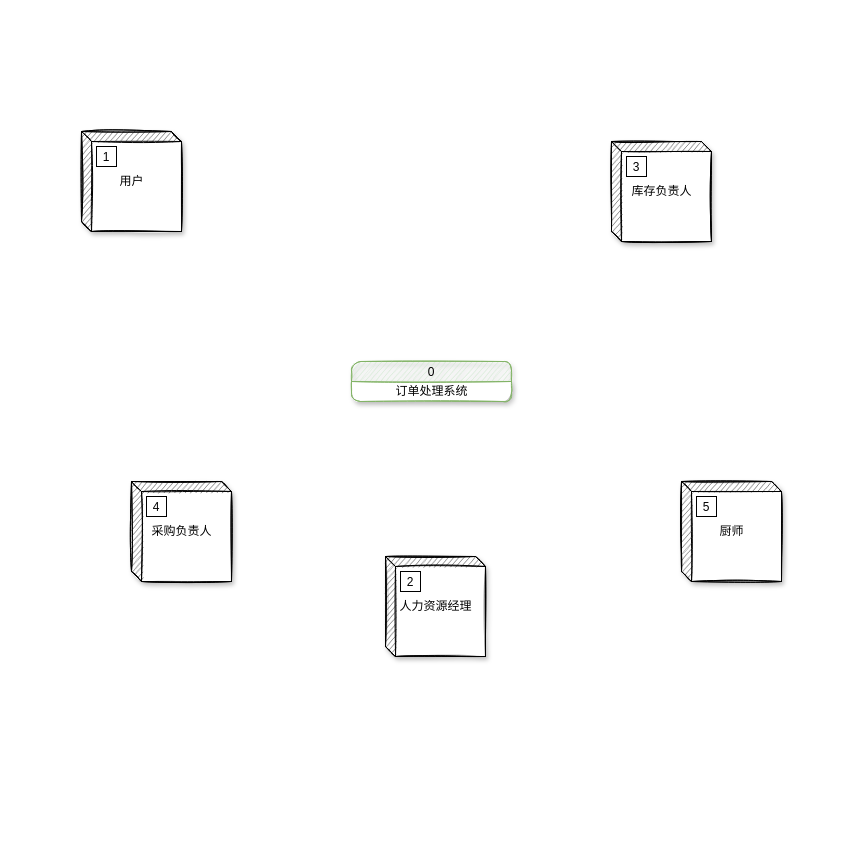
Above: DFD/DFD_0.drawio in YuanchenZhu2020/DrawIO (draw.io), before the change. Source tidied: cells renumbered, new cells numbered last; positions are measured from the earlier drawing's top-left corner, leaving out a move shared by most shapes. Both pictures are drawn from the tidied source at 100%, with x=0, y=0 at pixel (81, 131).
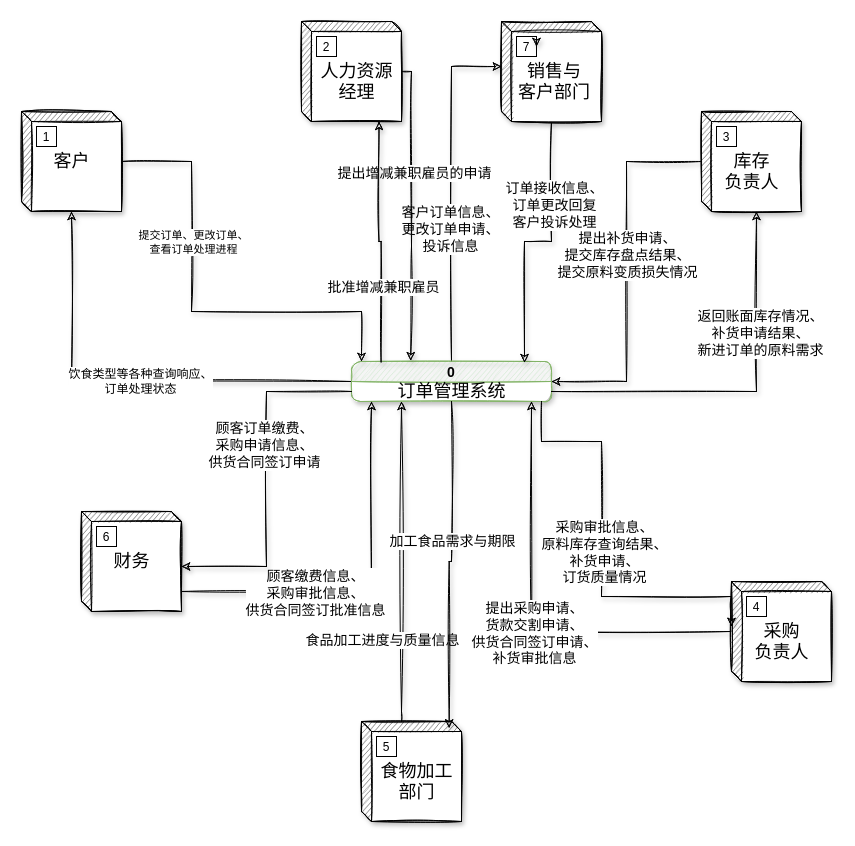
The same diagram, later.

Diff of the diagram source:
```diff
@@
+    <mxCell id="14" style="edgeStyle=orthogonalEdgeStyle;rounded=0;jettySize=auto;html=1;shadow=1;sketch=1;" parent="1" edge="1" source="2" target="12">
+      <mxGeometry relative="1" as="geometry">
+        <Array as="points">
+          <mxPoint x="110" y="30" />
+          <mxPoint x="110" y="180" />
+          <mxPoint x="280" y="180" />
+        </Array>
+      </mxGeometry>
+    </mxCell>
+    <mxCell id="15" value="提交订单、更改订单、&lt;br&gt;查看订单处理进程" style="edgeLabel;html=1;align=center;verticalAlign=middle;" parent="14" vertex="1">
+      <mxGeometry x="-0.32" y="1" relative="1" as="geometry" />
+    </mxCell>
-    <mxCell id="2" value="用户" style="html=1;dashed=0;whitespace=wrap;shape=mxgraph.dfd.externalEntity;sketch=1;shadow=1;" parent="1" vertex="1">
-      <mxGeometry width="100" height="100" as="geometry" />
+    <mxCell id="2" value="&lt;p&gt;&lt;span style=&quot;font-size: 18px ; font-family: &amp;#34;comic sans ms&amp;#34;&quot;&gt;客户&lt;/span&gt;&lt;br&gt;&lt;/p&gt;" style="html=1;dashed=0;whitespace=wrap;shape=mxgraph.dfd.externalEntity;sketch=1;shadow=1;" parent="1" vertex="1">
+      <mxGeometry x="-60" y="-20" width="100" height="100" as="geometry" />
     </mxCell>
@@
-    <mxCell id="4" value="人力资源经理" style="html=1;dashed=0;whitespace=wrap;shape=mxgraph.dfd.externalEntity;sketch=1;shadow=1;" parent="1" vertex="1">
-      <mxGeometry x="304" y="425" width="100" height="100" as="geometry" />
-    </mxCell>
-    <mxCell id="5" value="2" style="strokeColor=inherit;fillColor=inherit;gradientColor=inherit;" parent="4" vertex="1">
-      <mxGeometry width="20" height="20" relative="1" as="geometry">
-        <mxPoint x="15" y="15" as="offset" />
-      </mxGeometry>
-    </mxCell>
+    <mxCell id="16" style="edgeStyle=orthogonalEdgeStyle;rounded=0;sketch=1;jettySize=auto;html=1;entryX=1;entryY=0.5;entryDx=0;entryDy=0;shadow=1;fontSize=14;" parent="1" edge="1" source="6" target="12">
+      <mxGeometry relative="1" as="geometry" />
+    </mxCell>
+    <mxCell id="17" value="提出补货申请、&lt;br&gt;提交库存盘点结果、&lt;br&gt;提交原料变质损失情况" style="edgeLabel;html=1;align=center;verticalAlign=middle;fontSize=14;" parent="16" vertex="1">
+      <mxGeometry x="-0.09" relative="1" as="geometry" />
+    </mxCell>
-    <mxCell id="6" value="库存负责人" style="html=1;dashed=0;whitespace=wrap;shape=mxgraph.dfd.externalEntity;sketch=1;shadow=1;" parent="1" vertex="1">
-      <mxGeometry x="530" y="10" width="100" height="100" as="geometry" />
+    <mxCell id="6" value="&lt;font style=&quot;font-size: 18px&quot;&gt;&lt;br&gt;库存&lt;br&gt;负责人&lt;/font&gt;" style="html=1;dashed=0;whitespace=wrap;shape=mxgraph.dfd.externalEntity;sketch=1;shadow=1;" parent="1" vertex="1">
+      <mxGeometry x="620" y="-20" width="100" height="100" as="geometry" />
     </mxCell>
@@
+    <mxCell id="18" style="edgeStyle=orthogonalEdgeStyle;rounded=0;sketch=1;jettySize=auto;html=1;shadow=1;fontSize=14;" parent="1" edge="1" source="8" target="13">
+      <mxGeometry relative="1" as="geometry">
+        <Array as="points">
+          <mxPoint x="450" y="500" />
+        </Array>
+      </mxGeometry>
+    </mxCell>
+    <mxCell id="19" value="提出采购申请、&lt;br&gt;货款交割申请、&lt;br&gt;供货合同签订申请、&lt;br&gt;补货审批信息" style="edgeLabel;html=1;align=center;verticalAlign=middle;fontSize=14;" parent="18" vertex="1">
+      <mxGeometry x="-0.08" y="1" relative="1" as="geometry" />
+    </mxCell>
-    <mxCell id="8" value="采购负责人" style="html=1;dashed=0;whitespace=wrap;shape=mxgraph.dfd.externalEntity;sketch=1;shadow=1;" parent="1" vertex="1">
-      <mxGeometry x="50" y="350" width="100" height="100" as="geometry" />
+    <mxCell id="8" value="&lt;font style=&quot;font-size: 18px&quot;&gt;&lt;br&gt;采购&lt;br&gt;负责人&lt;/font&gt;" style="html=1;dashed=0;whitespace=wrap;shape=mxgraph.dfd.externalEntity;sketch=1;shadow=1;" parent="1" vertex="1">
+      <mxGeometry x="650" y="450" width="100" height="100" as="geometry" />
     </mxCell>
@@
+    <mxCell id="20" style="edgeStyle=orthogonalEdgeStyle;rounded=0;sketch=1;jettySize=auto;html=1;entryX=0.25;entryY=1;entryDx=0;entryDy=0;shadow=1;fontSize=14;" parent="1" edge="1" source="10" target="12">
+      <mxGeometry relative="1" as="geometry">
+        <Array as="points">
+          <mxPoint x="320" y="580" />
+          <mxPoint x="320" y="580" />
+        </Array>
+      </mxGeometry>
+    </mxCell>
+    <mxCell id="21" value="食品加工进度与质量信息" style="edgeLabel;html=1;align=center;verticalAlign=middle;fontSize=14;" parent="20" vertex="1">
+      <mxGeometry x="0.26" y="4" relative="1" as="geometry">
+        <mxPoint x="-16" y="120.8" as="offset" />
+      </mxGeometry>
+    </mxCell>
-    <mxCell id="10" value="厨师" style="html=1;dashed=0;whitespace=wrap;shape=mxgraph.dfd.externalEntity;sketch=1;shadow=1;" parent="1" vertex="1">
-      <mxGeometry x="600" y="350" width="100" height="100" as="geometry" />
+    <mxCell id="10" value="&lt;font style=&quot;font-size: 18px&quot;&gt;&lt;br&gt;&amp;nbsp; 食物加工&lt;br&gt;&amp;nbsp; 部门&lt;/font&gt;" style="html=1;dashed=0;whitespace=wrap;shape=mxgraph.dfd.externalEntity;sketch=1;shadow=1;" parent="1" vertex="1">
+      <mxGeometry x="280" y="590" width="100" height="100" as="geometry" />
     </mxCell>
@@
+    <mxCell id="22" style="edgeStyle=orthogonalEdgeStyle;rounded=0;sketch=1;jettySize=auto;html=1;shadow=1;fontSize=12;" parent="1" edge="1" source="12" target="2">
+      <mxGeometry relative="1" as="geometry" />
+    </mxCell>
+    <mxCell id="23" value="饮食类型等各种查询响应、&lt;br&gt;订单处理状态" style="edgeLabel;html=1;align=center;verticalAlign=middle;fontSize=12;" parent="22" vertex="1">
+      <mxGeometry x="-0.06" y="-1" relative="1" as="geometry" />
+    </mxCell>
+    <mxCell id="24" style="edgeStyle=orthogonalEdgeStyle;rounded=0;sketch=1;jettySize=auto;html=1;entryX=0;entryY=0;entryDx=0;entryDy=45;entryPerimeter=0;shadow=1;fontSize=14;" parent="1" edge="1" source="12" target="45">
+      <mxGeometry relative="1" as="geometry" />
+    </mxCell>
+    <mxCell id="25" value="客户订单信息、&lt;br&gt;更改订单申请、&lt;br&gt;投诉信息" style="edgeLabel;html=1;align=center;verticalAlign=middle;fontSize=14;" parent="24" vertex="1">
+      <mxGeometry x="-0.23" y="2" relative="1" as="geometry" />
+    </mxCell>
-    <mxCell id="12" value="0" style="swimlane;fontStyle=0;horizontal=1;startSize=20;fillColor=#d5e8d4;swimlaneFillColor=#ffffff;strokeColor=#82b366;rounded=1;shadow=1;glass=0;sketch=1;" parent="1" vertex="1">
-      <mxGeometry x="270" y="230" width="160" height="40" as="geometry" />
+    <mxCell id="12" value="0" style="swimlane;fontStyle=1;horizontal=1;startSize=20;fillColor=#d5e8d4;swimlaneFillColor=#ffffff;strokeColor=#82b366;rounded=1;shadow=1;glass=0;sketch=1;fontSize=14;" parent="1" vertex="1">
+      <mxGeometry x="270" y="230" width="200" height="40" as="geometry" />
     </mxCell>
-    <mxCell id="13" value="订单处理系统" style="text;html=1;align=center;verticalAlign=middle;points=[];fillColor=none;strokeColor=none;rounded=0;" parent="12" vertex="1">
-      <mxGeometry y="20" width="160" height="20" as="geometry" />
+    <mxCell id="13" value="&lt;font style=&quot;font-size: 18px&quot;&gt;订单管理系统&lt;/font&gt;" style="text;html=1;align=center;verticalAlign=middle;points=[];fillColor=none;strokeColor=none;rounded=0;" parent="12" vertex="1">
+      <mxGeometry y="20" width="200" height="20" as="geometry" />
     </mxCell>
+    <mxCell id="26" style="edgeStyle=orthogonalEdgeStyle;rounded=0;sketch=1;jettySize=auto;html=1;entryX=0;entryY=0;entryDx=55;entryDy=100;entryPerimeter=0;shadow=1;fontSize=14;" parent="1" edge="1" source="13" target="6">
+      <mxGeometry relative="1" as="geometry" />
+    </mxCell>
+    <mxCell id="27" value="返回账面库存情况、&lt;br&gt;补货申请结果、&lt;br&gt;新进订单的原料需求" style="edgeLabel;html=1;align=center;verticalAlign=middle;fontSize=14;" parent="26" vertex="1">
+      <mxGeometry x="0.37" y="-3" relative="1" as="geometry" />
+    </mxCell>
+    <mxCell id="28" style="edgeStyle=orthogonalEdgeStyle;rounded=0;sketch=1;jettySize=auto;html=1;shadow=1;fontSize=14;entryX=0;entryY=0;entryDx=0;entryDy=45;entryPerimeter=0;" parent="1" edge="1" source="13" target="8">
+      <mxGeometry relative="1" as="geometry">
+        <Array as="points">
+          <mxPoint x="460" y="310" />
+          <mxPoint x="520" y="310" />
+          <mxPoint x="520" y="465" />
+          <mxPoint x="650" y="465" />
+        </Array>
+      </mxGeometry>
+    </mxCell>
+    <mxCell id="29" value="采购审批信息、&lt;br&gt;原料库存查询结果、&lt;br&gt;补货申请、&lt;br&gt;订货质量情况" style="edgeLabel;html=1;align=center;verticalAlign=middle;fontSize=14;" parent="28" vertex="1">
+      <mxGeometry x="0.01" y="2" relative="1" as="geometry" />
+    </mxCell>
+    <mxCell id="30" style="edgeStyle=orthogonalEdgeStyle;rounded=0;sketch=1;jettySize=auto;html=1;shadow=1;fontSize=14;" parent="1" edge="1" source="32" target="13">
+      <mxGeometry relative="1" as="geometry">
+        <Array as="points">
+          <mxPoint x="290" y="460" />
+        </Array>
+      </mxGeometry>
+    </mxCell>
+    <mxCell id="31" value="顾客缴费信息、&lt;br&gt;采购审批信息、&lt;br&gt;供货合同签订批准信息" style="edgeLabel;html=1;align=center;verticalAlign=middle;fontSize=14;" parent="30" vertex="1">
+      <mxGeometry x="-0.3" y="-1" relative="1" as="geometry" />
+    </mxCell>
+    <mxCell id="32" value="&lt;font style=&quot;font-size: 18px&quot;&gt;财务&lt;/font&gt;" style="html=1;dashed=0;whitespace=wrap;shape=mxgraph.dfd.externalEntity;fontSize=14;shadow=1;sketch=1;" parent="1" vertex="1">
+      <mxGeometry y="380" width="100" height="100" as="geometry" />
+    </mxCell>
+    <mxCell id="33" value="6" style="strokeColor=inherit;fillColor=inherit;gradientColor=inherit;" parent="32" vertex="1">
+      <mxGeometry width="20" height="20" relative="1" as="geometry">
+        <mxPoint x="15" y="15" as="offset" />
+      </mxGeometry>
+    </mxCell>
+    <mxCell id="34" style="edgeStyle=orthogonalEdgeStyle;rounded=0;sketch=1;jettySize=auto;html=1;entryX=0;entryY=0;entryDx=100;entryDy=55;entryPerimeter=0;shadow=1;fontSize=14;" parent="1" edge="1" source="13" target="32">
+      <mxGeometry relative="1" as="geometry" />
+    </mxCell>
+    <mxCell id="35" value="顾客订单缴费、&lt;br&gt;采购申请信息、&lt;br&gt;供货合同签订申请" style="edgeLabel;html=1;align=center;verticalAlign=middle;fontSize=14;" parent="34" vertex="1">
+      <mxGeometry x="-0.2" y="-3" relative="1" as="geometry" />
+    </mxCell>
+    <mxCell id="36" style="edgeStyle=orthogonalEdgeStyle;rounded=0;sketch=1;jettySize=auto;html=1;entryX=0.296;entryY=-0.02;entryDx=0;entryDy=0;entryPerimeter=0;shadow=1;fontSize=14;" parent="1" edge="1" source="38" target="12">
+      <mxGeometry relative="1" as="geometry">
+        <Array as="points">
+          <mxPoint x="330" y="115" />
+          <mxPoint x="329" y="115" />
+        </Array>
+      </mxGeometry>
+    </mxCell>
+    <mxCell id="37" value="提出增减兼职雇员的申请" style="edgeLabel;html=1;align=center;verticalAlign=middle;fontSize=14;" parent="36" vertex="1">
+      <mxGeometry x="-0.26" y="2" relative="1" as="geometry" />
+    </mxCell>
+    <mxCell id="38" value="&lt;font style=&quot;font-size: 18px&quot;&gt;&lt;br&gt;&amp;nbsp; 人力资源&lt;br&gt;&amp;nbsp; 经理&lt;/font&gt;" style="html=1;dashed=0;whitespace=wrap;shape=mxgraph.dfd.externalEntity;sketch=1;shadow=1;" parent="1" vertex="1">
+      <mxGeometry x="220" y="-110" width="100" height="100" as="geometry" />
+    </mxCell>
+    <mxCell id="5" value="2" style="strokeColor=inherit;fillColor=inherit;gradientColor=inherit;" parent="38" vertex="1">
+      <mxGeometry width="20" height="20" relative="1" as="geometry">
+        <mxPoint x="15" y="15" as="offset" />
+      </mxGeometry>
+    </mxCell>
+    <mxCell id="39" style="edgeStyle=orthogonalEdgeStyle;rounded=0;sketch=1;jettySize=auto;html=1;entryX=0;entryY=0;entryDx=77.5;entryDy=100;entryPerimeter=0;shadow=1;fontSize=14;exitX=0.148;exitY=0.013;exitDx=0;exitDy=0;exitPerimeter=0;" parent="1" edge="1" source="12" target="38">
+      <mxGeometry relative="1" as="geometry" />
+    </mxCell>
+    <mxCell id="40" value="批准增减兼职雇员" style="edgeLabel;html=1;align=center;verticalAlign=middle;fontSize=14;" parent="39" vertex="1">
+      <mxGeometry x="-0.38" y="-2" relative="1" as="geometry" />
+    </mxCell>
+    <mxCell id="41" style="edgeStyle=orthogonalEdgeStyle;rounded=0;sketch=1;jettySize=auto;html=1;shadow=1;fontSize=14;entryX=0.877;entryY=0.065;entryDx=0;entryDy=0;entryPerimeter=0;" parent="1" edge="1" source="13" target="10">
+      <mxGeometry relative="1" as="geometry" />
+    </mxCell>
+    <mxCell id="42" value="加工食品需求与期限" style="edgeLabel;html=1;align=center;verticalAlign=middle;fontSize=14;" parent="41" vertex="1">
+      <mxGeometry x="-0.56" y="-3" relative="1" as="geometry">
+        <mxPoint x="3" y="67.5" as="offset" />
+      </mxGeometry>
+    </mxCell>
+    <mxCell id="43" style="edgeStyle=orthogonalEdgeStyle;rounded=0;sketch=1;jettySize=auto;html=1;entryX=0.865;entryY=0.029;entryDx=0;entryDy=0;entryPerimeter=0;shadow=1;fontSize=14;" parent="1" edge="1" source="45" target="12">
+      <mxGeometry relative="1" as="geometry" />
+    </mxCell>
+    <mxCell id="44" value="订单接收信息、&lt;br&gt;订单更改回复&lt;br&gt;客户投诉处理" style="edgeLabel;html=1;align=center;verticalAlign=middle;fontSize=14;" parent="43" vertex="1">
+      <mxGeometry x="-0.38" y="2" relative="1" as="geometry" />
+    </mxCell>
+    <mxCell id="45" value="&lt;font style=&quot;font-size: 18px&quot;&gt;&lt;br&gt;&amp;nbsp;销售与&lt;br&gt;&amp;nbsp;客户部门&lt;/font&gt;" style="html=1;dashed=0;whitespace=wrap;shape=mxgraph.dfd.externalEntity;shadow=1;sketch=1;fontSize=14;" parent="1" vertex="1">
+      <mxGeometry x="420" y="-110" width="100" height="100" as="geometry" />
+    </mxCell>
+    <mxCell id="46" value="7" style="strokeColor=inherit;fillColor=inherit;gradientColor=inherit;" parent="45" vertex="1">
+      <mxGeometry width="20" height="20" relative="1" as="geometry">
+        <mxPoint x="15" y="15" as="offset" />
+      </mxGeometry>
+    </mxCell>
+    <mxCell id="47" style="edgeStyle=orthogonalEdgeStyle;rounded=0;sketch=1;orthogonalLoop=1;jettySize=auto;html=1;exitX=1;exitY=0.25;exitDx=0;exitDy=0;entryX=1;entryY=0.5;entryDx=0;entryDy=0;shadow=1;fontSize=14;" parent="45" edge="1" source="46" target="46">
+      <mxGeometry relative="1" as="geometry" />
+    </mxCell>
```
